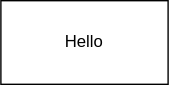
MichiharuT/docRepo keeps this draw.io diagram as diagram.drawio.svg. Above is the earlier version. Source tidied: cells renumbered, new cells last; positions are measured from the earlier drawing's top-left corner, leaving out a move shared by most shapes.
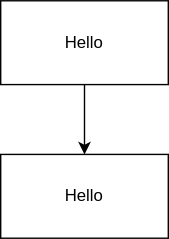
After the change.

Diff of the diagram source:
```diff
@@ -2,8 +2,14 @@
   <root>
     <mxCell id="0" />
     <mxCell id="1" parent="0" />
+    <mxCell id="3" style="edgeStyle=none;html=1;exitX=0.5;exitY=1;exitDx=0;exitDy=0;entryX=0.5;entryY=0;entryDx=0;entryDy=0;" parent="1" edge="1" source="2" target="4">
+      <mxGeometry relative="1" as="geometry" />
+    </mxCell>
     <mxCell id="2" value="Hello" style="rounded=0;whiteSpace=wrap;html=1;" parent="1" vertex="1">
       <mxGeometry width="120" height="60" as="geometry" />
     </mxCell>
+    <mxCell id="4" value="Hello" style="rounded=0;whiteSpace=wrap;html=1;" parent="1" vertex="1">
+      <mxGeometry y="110" width="120" height="60" as="geometry" />
+    </mxCell>
   </root>
 </mxGraphModel>
```
